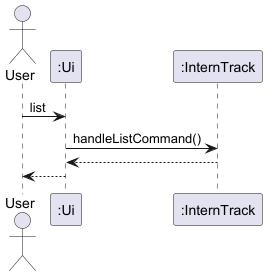
BaoLam194/tp keeps this PlantUML diagram as docs/diagrams/list_sequence_diag.png. Above is the earlier version.
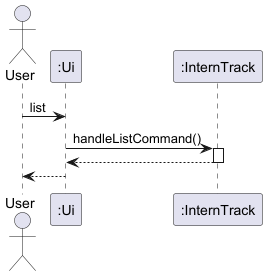
After the change.

Commit message:
fix list and sort sequence diagram, architecture diagram

The edit, as a diff of the source:
```diff
@@ -5,7 +5,9 @@
 
 User -> Ui : list
 Ui->InternTrack : handleListCommand()
+activate InternTrack
 InternTrack -->Ui
+deactivate InternTrack
 Ui --> User
 
 @enduml
```
